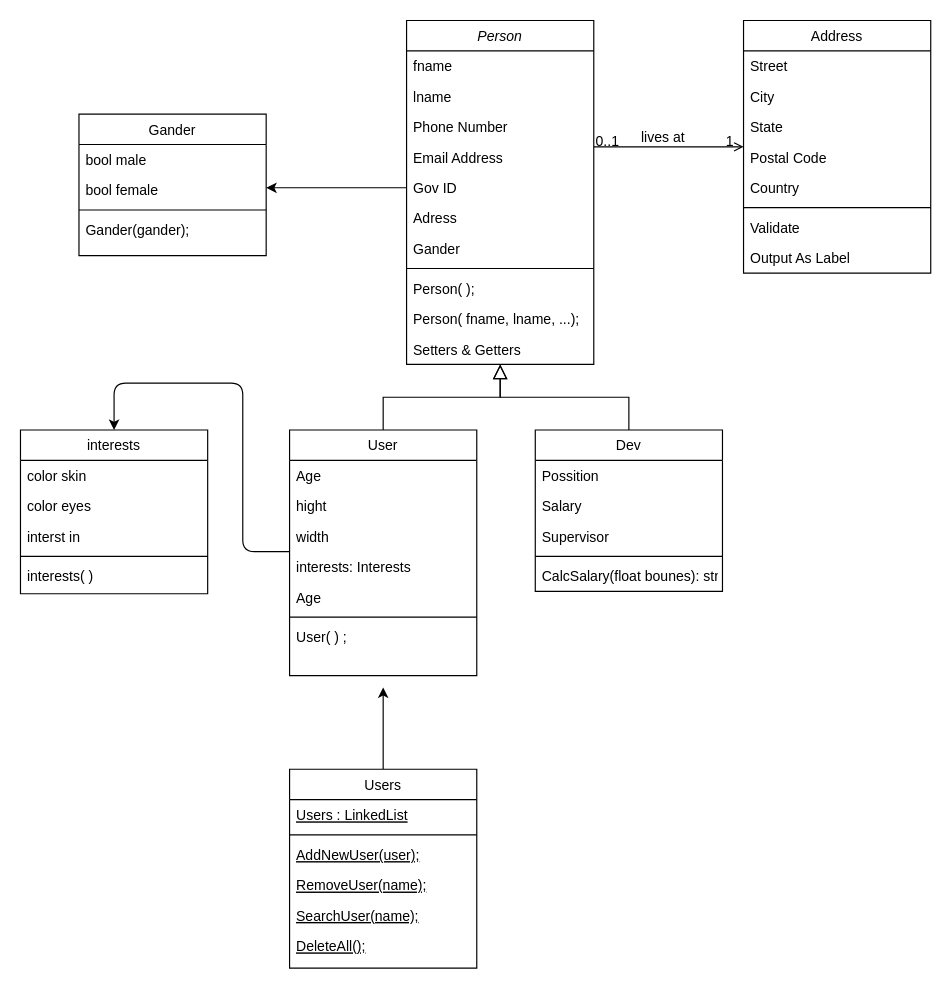
Earlier version of the draw.io diagram Untitled Diagram.drawio (modsyan/JuniorProject). Source tidied: cells renumbered, new cells numbered last; positions are measured from the earlier drawing's top-left corner, leaving out a move shared by most shapes. Both pictures are drawn from the tidied source at 117%, with x=0, y=0 at pixel (20, 20).
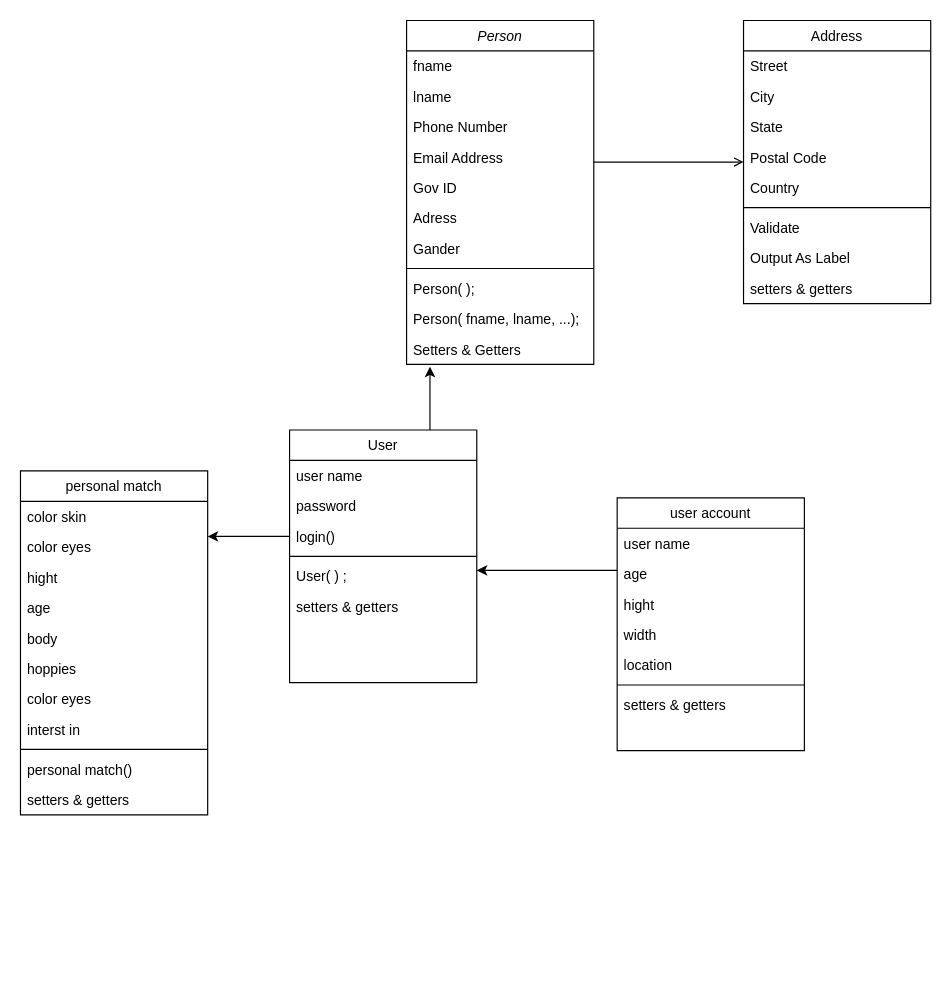
The same diagram, later.

Unchanged cells that the change refers to:
```xml
<mxCell id="2" value="Person" style="swimlane;fontStyle=2;align=center;verticalAlign=top;horizontal=1;startSize=26;rounded=0;shadow=0;strokeWidth=1;" parent="1" vertex="1">
  <mxGeometry x="330" width="160" height="294" as="geometry" />
</mxCell>
<mxCell id="7" value="Gov ID" style="text;align=left;verticalAlign=top;spacingLeft=4;spacingRight=4;overflow=hidden;points=[[0,0.5],[1,0.5]];portConstraint=eastwest;rounded=0;shadow=0;html=0;" parent="2" vertex="1">
  <mxGeometry y="130" width="160" height="26" as="geometry" />
</mxCell>
<mxCell id="13" value="Setters &amp; Getters" style="text;align=left;verticalAlign=top;spacingLeft=4;spacingRight=4;overflow=hidden;points=[[0,0.5],[1,0.5]];portConstraint=eastwest;" parent="2" vertex="1">
  <mxGeometry y="268" width="160" height="26" as="geometry" />
</mxCell>
<mxCell id="39" style="endArrow=open;shadow=0;strokeWidth=1;rounded=0;endFill=1;edgeStyle=elbowEdgeStyle;elbow=vertical;" parent="1" edge="1" source="2" target="30">
  <mxGeometry x="0.5" y="41" relative="1" as="geometry">
    <mxPoint x="-40" y="32" as="offset" />
  </mxGeometry>
</mxCell>
<mxCell id="45" value="color eyes" style="text;align=left;verticalAlign=top;spacingLeft=4;spacingRight=4;overflow=hidden;points=[[0,0.5],[1,0.5]];portConstraint=eastwest;rounded=0;shadow=0;html=0;" parent="43" vertex="1">
  <mxGeometry y="52" width="160" height="26" as="geometry" />
</mxCell>
```

Diff of the diagram source:
```diff
@@
+    <mxCell id="64" style="edgeStyle=none;html=1;exitX=0.75;exitY=0;exitDx=0;exitDy=0;entryX=0.125;entryY=1.077;entryDx=0;entryDy=0;entryPerimeter=0;" parent="1" edge="1" source="14" target="13">
+      <mxGeometry relative="1" as="geometry" />
+    </mxCell>
     <mxCell id="14" value="User" style="swimlane;fontStyle=0;align=center;verticalAlign=top;horizontal=1;startSize=26;rounded=0;shadow=0;strokeWidth=1;" parent="1" vertex="1">
-      <mxGeometry x="230" y="350" width="160" height="210" as="geometry" />
+      <mxGeometry x="230" y="350" width="160" height="216" as="geometry" />
     </mxCell>
-    <mxCell id="15" value="Age&#10;" style="text;align=left;verticalAlign=top;spacingLeft=4;spacingRight=4;overflow=hidden;rounded=0;shadow=0;html=0;" parent="14" vertex="1">
-      <mxGeometry y="26" width="160" height="26" as="geometry" />
-    </mxCell>
-    <mxCell id="16" value="hight" style="text;align=left;verticalAlign=top;spacingLeft=4;spacingRight=4;overflow=hidden;rounded=0;shadow=0;html=0;" parent="14" vertex="1">
-      <mxGeometry y="52" width="160" height="26" as="geometry" />
-    </mxCell>
-    <mxCell id="17" value="width" style="text;align=left;verticalAlign=top;spacingLeft=4;spacingRight=4;overflow=hidden;rounded=0;shadow=0;html=0;" parent="14" vertex="1">
-      <mxGeometry y="78" width="160" height="26" as="geometry" />
-    </mxCell>
-    <mxCell id="18" value="interests: Interests" style="text;align=left;verticalAlign=top;spacingLeft=4;spacingRight=4;overflow=hidden;points=[[0,0.5],[1,0.5]];portConstraint=eastwest;rounded=0;shadow=0;html=0;" parent="14" vertex="1">
-      <mxGeometry y="104" width="160" height="26" as="geometry" />
+    <mxCell id="18" value="user name" style="text;align=left;verticalAlign=top;spacingLeft=4;spacingRight=4;overflow=hidden;points=[[0,0.5],[1,0.5]];portConstraint=eastwest;rounded=0;shadow=0;html=0;" parent="14" vertex="1">
+      <mxGeometry y="26" width="160" height="26" as="geometry" />
     </mxCell>
-    <mxCell id="19" value="Age&#10;" style="text;align=left;verticalAlign=top;spacingLeft=4;spacingRight=4;overflow=hidden;rounded=0;shadow=0;html=0;" parent="14" vertex="1">
-      <mxGeometry y="130" width="160" height="26" as="geometry" />
+    <mxCell id="19" value="password" style="text;align=left;verticalAlign=top;spacingLeft=4;spacingRight=4;overflow=hidden;rounded=0;shadow=0;html=0;" parent="14" vertex="1">
+      <mxGeometry y="52" width="160" height="26" as="geometry" />
     </mxCell>
+    <mxCell id="65" value="login()" style="text;align=left;verticalAlign=top;spacingLeft=4;spacingRight=4;overflow=hidden;points=[[0,0.5],[1,0.5]];portConstraint=eastwest;rounded=0;shadow=0;html=0;" parent="14" vertex="1">
+      <mxGeometry y="78" width="160" height="26" as="geometry" />
+    </mxCell>
     <mxCell id="20" style="line;html=1;strokeWidth=1;align=left;verticalAlign=middle;spacingTop=-1;spacingLeft=3;spacingRight=3;labelPosition=right;" parent="14" vertex="1">
-      <mxGeometry y="156" width="160" height="8" as="geometry" />
+      <mxGeometry y="104" width="160" height="8" as="geometry" />
     </mxCell>
     <mxCell id="21" value="User( ) ;" style="text;align=left;verticalAlign=top;spacingLeft=4;spacingRight=4;overflow=hidden;rounded=0;shadow=0;html=0;" parent="14" vertex="1">
-      <mxGeometry y="164" width="160" height="26" as="geometry" />
+      <mxGeometry y="112" width="160" height="26" as="geometry" />
     </mxCell>
-    <mxCell id="22" style="endArrow=block;endSize=10;endFill=0;shadow=0;strokeWidth=1;rounded=0;edgeStyle=elbowEdgeStyle;elbow=vertical;" parent="1" edge="1" source="14" target="2">
-      <mxGeometry relative="1" as="geometry" />
-    </mxCell>
-    <mxCell id="23" value="Dev" style="swimlane;fontStyle=0;align=center;verticalAlign=top;horizontal=1;startSize=26;rounded=0;shadow=0;strokeWidth=1;" parent="1" vertex="1">
-      <mxGeometry x="440" y="350" width="160" height="138" as="geometry" />
-    </mxCell>
-    <mxCell id="24" value="Possition" style="text;align=left;verticalAlign=top;spacingLeft=4;spacingRight=4;overflow=hidden;" parent="23" vertex="1">
-      <mxGeometry y="26" width="160" height="26" as="geometry" />
-    </mxCell>
-    <mxCell id="25" value="Salary" style="text;align=left;verticalAlign=top;spacingLeft=4;spacingRight=4;overflow=hidden;" parent="23" vertex="1">
-      <mxGeometry y="52" width="160" height="26" as="geometry" />
-    </mxCell>
-    <mxCell id="26" value="Supervisor" style="text;align=left;verticalAlign=top;spacingLeft=4;spacingRight=4;overflow=hidden;" parent="23" vertex="1">
-      <mxGeometry y="78" width="160" height="26" as="geometry" />
-    </mxCell>
-    <mxCell id="27" style="line;html=1;strokeWidth=1;align=left;verticalAlign=middle;spacingTop=-1;spacingLeft=3;spacingRight=3;labelPosition=right;" parent="23" vertex="1">
-      <mxGeometry y="104" width="160" height="8" as="geometry" />
-    </mxCell>
-    <mxCell id="28" value="CalcSalary(float bounes): str&#10;" style="text;align=left;verticalAlign=top;spacingLeft=4;spacingRight=4;overflow=hidden;" parent="23" vertex="1">
-      <mxGeometry y="112" width="160" height="26" as="geometry" />
-    </mxCell>
-    <mxCell id="29" style="endArrow=block;endSize=10;endFill=0;shadow=0;strokeWidth=1;rounded=0;edgeStyle=elbowEdgeStyle;elbow=vertical;" parent="1" edge="1" source="23" target="2">
-      <mxGeometry relative="1" as="geometry" />
-    </mxCell>
+    <mxCell id="66" value="setters &amp; getters" style="text;align=left;verticalAlign=top;spacingLeft=4;spacingRight=4;overflow=hidden;rounded=0;shadow=0;html=0;" parent="14" vertex="1">
+      <mxGeometry y="138" width="160" height="26" as="geometry" />
+    </mxCell>
     <mxCell id="30" value="Address" style="swimlane;fontStyle=0;align=center;verticalAlign=top;horizontal=1;startSize=26;rounded=0;shadow=0;strokeWidth=1;" parent="1" vertex="1">
-      <mxGeometry x="618" width="160" height="216" as="geometry" />
+      <mxGeometry x="618" width="160" height="242" as="geometry" />
     </mxCell>
@@
+    <mxCell id="67" value="setters &amp; getters" style="text;align=left;verticalAlign=top;spacingLeft=4;spacingRight=4;overflow=hidden;rounded=0;shadow=0;html=0;" parent="30" vertex="1">
+      <mxGeometry y="216" width="160" height="26" as="geometry" />
+    </mxCell>
@@
-    <mxCell id="40" value="0..1" style="align=left;verticalAlign=bottom;labelBackgroundColor=none;fontSize=12;" parent="39" vertex="1">
-      <mxGeometry x="-1" relative="1" as="geometry">
-        <mxPoint y="4" as="offset" />
-      </mxGeometry>
-    </mxCell>
-    <mxCell id="41" value="1" style="align=right;verticalAlign=bottom;labelBackgroundColor=none;fontSize=12;" parent="39" vertex="1">
-      <mxGeometry x="1" relative="1" as="geometry">
-        <mxPoint x="-7" y="4" as="offset" />
-      </mxGeometry>
-    </mxCell>
-    <mxCell id="42" value="lives at" style="text;html=1;align=center;verticalAlign=middle;labelBackgroundColor=none;rounded=0;shadow=0;strokeWidth=1;fontSize=12;" parent="39" vertex="1">
-      <mxGeometry x="0.5" y="49" relative="1" as="geometry">
-        <mxPoint x="-38" y="40" as="offset" />
-      </mxGeometry>
-    </mxCell>
-    <mxCell id="43" value="interests" style="swimlane;fontStyle=0;align=center;verticalAlign=top;horizontal=1;startSize=26;rounded=0;shadow=0;strokeWidth=1;" parent="1" vertex="1">
-      <mxGeometry y="350" width="160" height="140" as="geometry" />
+    <mxCell id="43" value="personal match" style="swimlane;fontStyle=0;align=center;verticalAlign=top;horizontal=1;startSize=26;rounded=0;shadow=0;strokeWidth=1;" parent="1" vertex="1">
+      <mxGeometry y="385" width="160" height="294" as="geometry" />
     </mxCell>
@@
+    <mxCell id="68" value="hight" style="text;align=left;verticalAlign=top;spacingLeft=4;spacingRight=4;overflow=hidden;rounded=0;shadow=0;html=0;" parent="43" vertex="1">
+      <mxGeometry y="78" width="160" height="26" as="geometry" />
+    </mxCell>
+    <mxCell id="69" value="age" style="text;align=left;verticalAlign=top;spacingLeft=4;spacingRight=4;overflow=hidden;rounded=0;shadow=0;html=0;" parent="43" vertex="1">
+      <mxGeometry y="104" width="160" height="26" as="geometry" />
+    </mxCell>
+    <mxCell id="70" value="body" style="text;align=left;verticalAlign=top;spacingLeft=4;spacingRight=4;overflow=hidden;rounded=0;shadow=0;html=0;" parent="43" vertex="1">
+      <mxGeometry y="130" width="160" height="26" as="geometry" />
+    </mxCell>
+    <mxCell id="71" value="hoppies" style="text;align=left;verticalAlign=top;spacingLeft=4;spacingRight=4;overflow=hidden;rounded=0;shadow=0;html=0;" parent="43" vertex="1">
+      <mxGeometry y="156" width="160" height="26" as="geometry" />
+    </mxCell>
+    <mxCell id="72" value="color eyes" style="text;align=left;verticalAlign=top;spacingLeft=4;spacingRight=4;overflow=hidden;rounded=0;shadow=0;html=0;" parent="43" vertex="1">
+      <mxGeometry y="182" width="160" height="26" as="geometry" />
+    </mxCell>
     <mxCell id="46" value="interst in" style="text;align=left;verticalAlign=top;spacingLeft=4;spacingRight=4;overflow=hidden;rounded=0;shadow=0;html=0;" parent="43" vertex="1">
-      <mxGeometry y="78" width="160" height="26" as="geometry" />
+      <mxGeometry y="208" width="160" height="26" as="geometry" />
     </mxCell>
     <mxCell id="47" style="line;html=1;strokeWidth=1;align=left;verticalAlign=middle;spacingTop=-1;spacingLeft=3;spacingRight=3;labelPosition=right;" parent="43" vertex="1">
-      <mxGeometry y="104" width="160" height="8" as="geometry" />
+      <mxGeometry y="234" width="160" height="8" as="geometry" />
     </mxCell>
-    <mxCell id="48" value="interests( )" style="text;align=left;verticalAlign=top;spacingLeft=4;spacingRight=4;overflow=hidden;rounded=0;shadow=0;html=0;" parent="43" vertex="1">
-      <mxGeometry y="112" width="160" height="26" as="geometry" />
+    <mxCell id="48" value="personal match()" style="text;align=left;verticalAlign=top;spacingLeft=4;spacingRight=4;overflow=hidden;rounded=0;shadow=0;html=0;" parent="43" vertex="1">
+      <mxGeometry y="242" width="160" height="26" as="geometry" />
     </mxCell>
-    <mxCell id="49" style="edgeStyle=none;html=1;entryX=0.5;entryY=0;entryDx=0;entryDy=0;exitX=0;exitY=0;exitDx=0;exitDy=0;exitPerimeter=0;" parent="1" edge="1" source="18" target="43">
-      <mxGeometry relative="1" as="geometry">
-        <Array as="points">
-          <mxPoint x="190" y="454" />
-          <mxPoint x="190" y="310" />
-          <mxPoint x="110" y="310" />
-          <mxPoint x="80" y="310" />
-        </Array>
-      </mxGeometry>
-    </mxCell>
-    <mxCell id="50" style="edgeStyle=none;html=1;" parent="1" edge="1" source="51">
-      <mxGeometry relative="1" as="geometry">
-        <mxPoint x="310" y="570" as="targetPoint" />
-        <Array as="points">
-          <mxPoint x="310" y="570" />
-        </Array>
-      </mxGeometry>
-    </mxCell>
-    <mxCell id="51" value="Users" style="swimlane;fontStyle=0;align=center;verticalAlign=top;horizontal=1;startSize=26;rounded=0;shadow=0;strokeWidth=1;" parent="1" vertex="1">
-      <mxGeometry x="230" y="640" width="160" height="170" as="geometry" />
-    </mxCell>
-    <mxCell id="52" value="Users : LinkedList" style="text;align=left;verticalAlign=top;spacingLeft=4;spacingRight=4;overflow=hidden;fontStyle=4;" parent="51" vertex="1">
-      <mxGeometry y="26" width="160" height="26" as="geometry" />
-    </mxCell>
-    <mxCell id="53" style="line;html=1;strokeWidth=1;align=left;verticalAlign=middle;spacingTop=-1;spacingLeft=3;spacingRight=3;labelPosition=right;" parent="51" vertex="1">
-      <mxGeometry y="52" width="160" height="8" as="geometry" />
-    </mxCell>
-    <mxCell id="54" value="AddNewUser(user);" style="text;align=left;verticalAlign=top;spacingLeft=4;spacingRight=4;overflow=hidden;fontStyle=4;" parent="51" vertex="1">
-      <mxGeometry y="60" width="160" height="26" as="geometry" />
-    </mxCell>
-    <mxCell id="55" value="RemoveUser(name);" style="text;align=left;verticalAlign=top;spacingLeft=4;spacingRight=4;overflow=hidden;fontStyle=4;" parent="51" vertex="1">
-      <mxGeometry y="86" width="160" height="26" as="geometry" />
-    </mxCell>
-    <mxCell id="56" value="SearchUser(name);" style="text;align=left;verticalAlign=top;spacingLeft=4;spacingRight=4;overflow=hidden;fontStyle=4;" parent="51" vertex="1">
-      <mxGeometry y="112" width="160" height="26" as="geometry" />
-    </mxCell>
-    <mxCell id="57" value="DeleteAll();" style="text;align=left;verticalAlign=top;spacingLeft=4;spacingRight=4;overflow=hidden;fontStyle=4;" parent="51" vertex="1">
-      <mxGeometry y="138" width="160" height="26" as="geometry" />
-    </mxCell>
-    <mxCell id="58" style="edgeStyle=none;html=1;" parent="1" edge="1" source="7">
-      <mxGeometry relative="1" as="geometry">
-        <mxPoint x="210" y="143" as="targetPoint" />
-      </mxGeometry>
-    </mxCell>
-    <mxCell id="59" value="Gander" style="swimlane;fontStyle=0;align=center;verticalAlign=top;horizontal=1;startSize=26;rounded=0;shadow=0;strokeWidth=1;" parent="1" vertex="1">
-      <mxGeometry x="50" y="80" width="160" height="121" as="geometry" />
-    </mxCell>
-    <mxCell id="60" value="bool male" style="text;align=left;verticalAlign=top;spacingLeft=4;spacingRight=4;overflow=hidden;rounded=0;shadow=0;html=0;" parent="59" vertex="1">
-      <mxGeometry y="26" width="160" height="26" as="geometry" />
-    </mxCell>
-    <mxCell id="61" value="bool female" style="text;align=left;verticalAlign=top;spacingLeft=4;spacingRight=4;overflow=hidden;rounded=0;shadow=0;html=0;" parent="59" vertex="1">
-      <mxGeometry y="52" width="160" height="26" as="geometry" />
-    </mxCell>
-    <mxCell id="62" style="line;html=1;strokeWidth=1;align=left;verticalAlign=middle;spacingTop=-1;spacingLeft=3;spacingRight=3;labelPosition=right;" parent="59" vertex="1">
-      <mxGeometry y="78" width="160" height="8" as="geometry" />
-    </mxCell>
-    <mxCell id="63" value="Gander(gander);" style="text;align=left;verticalAlign=top;spacingLeft=4;spacingRight=4;overflow=hidden;rounded=0;shadow=0;html=0;" parent="59" vertex="1">
-      <mxGeometry y="86" width="160" height="26" as="geometry" />
-    </mxCell>
+    <mxCell id="73" value="setters &amp; getters" style="text;align=left;verticalAlign=top;spacingLeft=4;spacingRight=4;overflow=hidden;rounded=0;shadow=0;html=0;" parent="43" vertex="1">
+      <mxGeometry y="268" width="160" height="26" as="geometry" />
+    </mxCell>
+    <mxCell id="74" value="user account" style="swimlane;fontStyle=0;align=center;verticalAlign=top;horizontal=1;startSize=26;rounded=0;shadow=0;strokeWidth=1;" parent="1" vertex="1">
+      <mxGeometry x="510" y="408" width="160" height="216" as="geometry" />
+    </mxCell>
+    <mxCell id="75" value="user name" style="text;align=left;verticalAlign=top;spacingLeft=4;spacingRight=4;overflow=hidden;rounded=0;shadow=0;html=0;" parent="74" vertex="1">
+      <mxGeometry y="26" width="160" height="26" as="geometry" />
+    </mxCell>
+    <mxCell id="76" value="age&#10;" style="text;align=left;verticalAlign=top;spacingLeft=4;spacingRight=4;overflow=hidden;rounded=0;shadow=0;html=0;" parent="74" vertex="1">
+      <mxGeometry y="52" width="160" height="26" as="geometry" />
+    </mxCell>
+    <mxCell id="77" value="hight" style="text;align=left;verticalAlign=top;spacingLeft=4;spacingRight=4;overflow=hidden;rounded=0;shadow=0;html=0;" parent="74" vertex="1">
+      <mxGeometry y="78" width="160" height="26" as="geometry" />
+    </mxCell>
+    <mxCell id="17" value="width" style="text;align=left;verticalAlign=top;spacingLeft=4;spacingRight=4;overflow=hidden;rounded=0;shadow=0;html=0;" parent="74" vertex="1">
+      <mxGeometry y="104" width="160" height="26" as="geometry" />
+    </mxCell>
+    <mxCell id="78" value="location" style="text;align=left;verticalAlign=top;spacingLeft=4;spacingRight=4;overflow=hidden;rounded=0;shadow=0;html=0;" parent="74" vertex="1">
+      <mxGeometry y="130" width="160" height="26" as="geometry" />
+    </mxCell>
+    <mxCell id="79" style="line;html=1;strokeWidth=1;align=left;verticalAlign=middle;spacingTop=-1;spacingLeft=3;spacingRight=3;labelPosition=right;" parent="74" vertex="1">
+      <mxGeometry y="156" width="160" height="8" as="geometry" />
+    </mxCell>
+    <mxCell id="80" value="setters &amp; getters" style="text;align=left;verticalAlign=top;spacingLeft=4;spacingRight=4;overflow=hidden;rounded=0;shadow=0;html=0;" parent="74" vertex="1">
+      <mxGeometry y="164" width="160" height="26" as="geometry" />
+    </mxCell>
+    <mxCell id="81" style="edgeStyle=none;html=1;" parent="1" edge="1">
+      <mxGeometry relative="1" as="geometry">
+        <mxPoint x="510" y="470" as="sourcePoint" />
+        <mxPoint x="390" y="470" as="targetPoint" />
+        <Array as="points">
+          <mxPoint x="400" y="470" />
+        </Array>
+      </mxGeometry>
+    </mxCell>
+    <mxCell id="82" style="edgeStyle=none;html=1;entryX=1;entryY=0.154;entryDx=0;entryDy=0;entryPerimeter=0;" parent="1" edge="1" source="65" target="45">
+      <mxGeometry relative="1" as="geometry" />
+    </mxCell>
```
